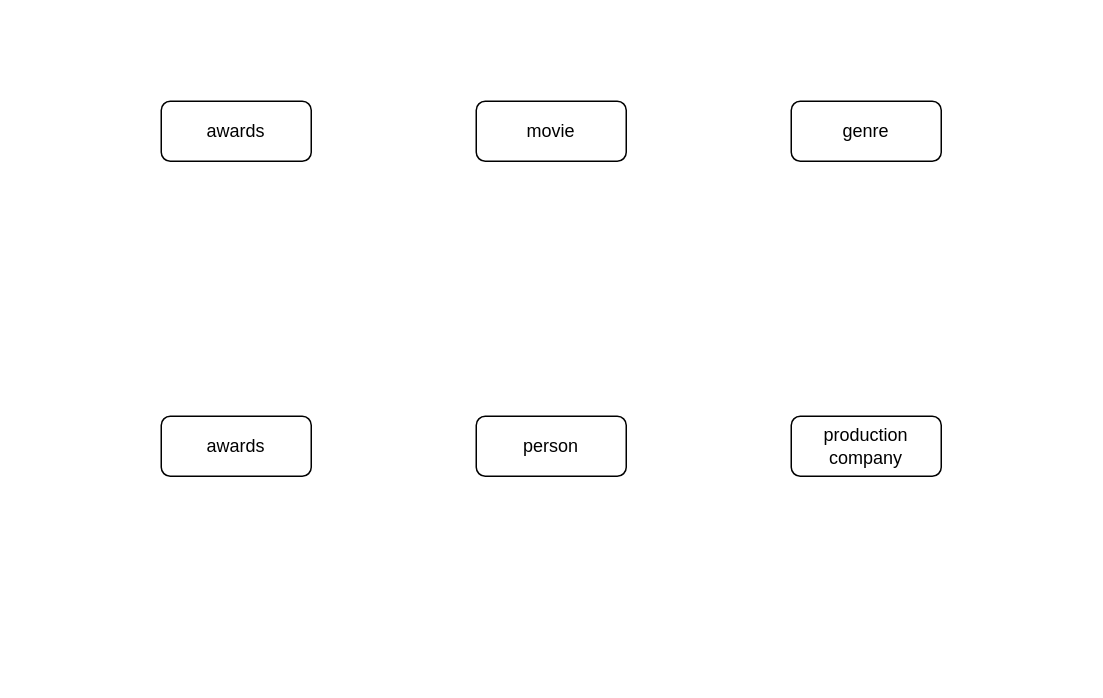
Joebahou/AcademyAwardsDB keeps this draw.io diagram as Untitled Diagram.drawio. Above is the earlier version. Source tidied: cells renumbered, new cells numbered last; positions are measured from the earlier drawing's top-left corner, leaving out a move shared by most shapes. Both pictures are drawn from the tidied source at 150%, with x=0, y=0 at pixel (160, 100).
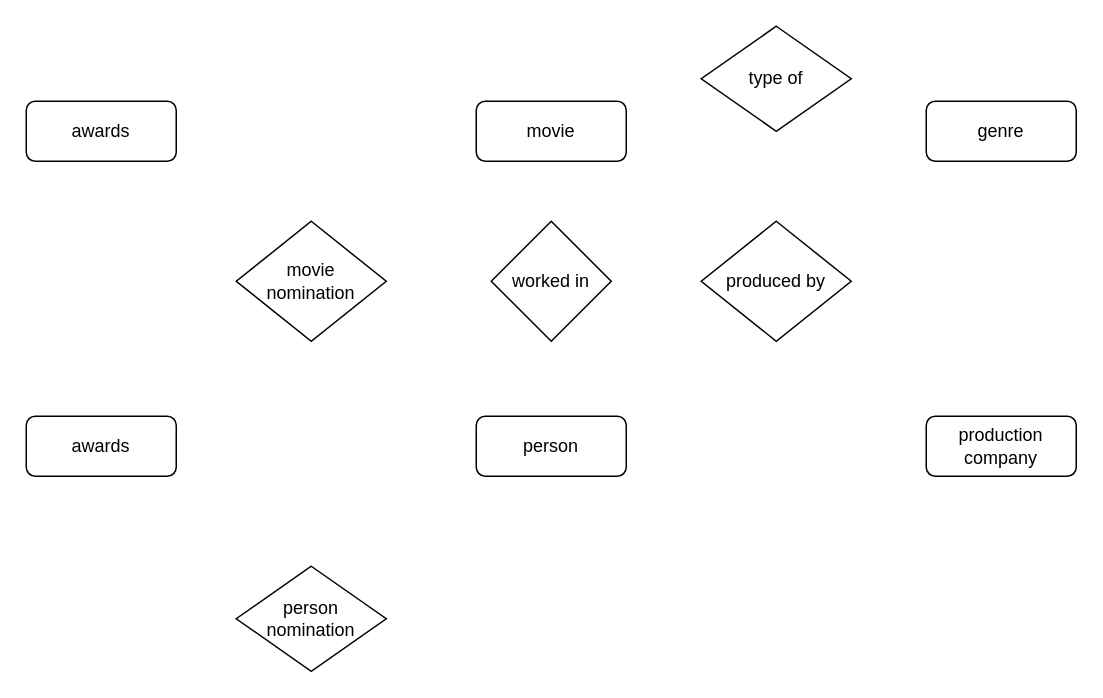
The same page after the edit.

Diff of the diagram source:
```diff
@@
 <mxGraphModel>
   <root>
     <mxCell id="0" />
     <mxCell id="1" parent="0" />
     <mxCell id="2" value="movie" style="rounded=1;whiteSpace=wrap;html=1;" parent="1" vertex="1">
       <mxGeometry x="210" width="100" height="40" as="geometry" />
     </mxCell>
     <mxCell id="3" value="genre" style="rounded=1;whiteSpace=wrap;html=1;" parent="1" vertex="1">
-      <mxGeometry x="420" width="100" height="40" as="geometry" />
+      <mxGeometry x="510" width="100" height="40" as="geometry" />
     </mxCell>
     <mxCell id="4" value="awards" style="rounded=1;whiteSpace=wrap;html=1;" parent="1" vertex="1">
-      <mxGeometry y="210" width="100" height="40" as="geometry" />
+      <mxGeometry x="-90" y="210" width="100" height="40" as="geometry" />
     </mxCell>
     <mxCell id="5" value="production company" style="rounded=1;whiteSpace=wrap;html=1;" parent="1" vertex="1">
-      <mxGeometry x="420" y="210" width="100" height="40" as="geometry" />
+      <mxGeometry x="510" y="210" width="100" height="40" as="geometry" />
     </mxCell>
     <mxCell id="6" value="awards" style="rounded=1;whiteSpace=wrap;html=1;" parent="1" vertex="1">
-      <mxGeometry width="100" height="40" as="geometry" />
+      <mxGeometry x="-90" width="100" height="40" as="geometry" />
     </mxCell>
     <mxCell id="7" value="person" style="rounded=1;whiteSpace=wrap;html=1;" parent="1" vertex="1">
       <mxGeometry x="210" y="210" width="100" height="40" as="geometry" />
     </mxCell>
+    <mxCell id="8" value="person&lt;br&gt;nomination" style="rhombus;whiteSpace=wrap;html=1;" parent="1" vertex="1">
+      <mxGeometry x="50" y="310" width="100" height="70" as="geometry" />
+    </mxCell>
+    <mxCell id="9" value="movie&lt;br&gt;nomination" style="rhombus;whiteSpace=wrap;html=1;" parent="1" vertex="1">
+      <mxGeometry x="50" y="80" width="100" height="80" as="geometry" />
+    </mxCell>
+    <mxCell id="10" value="produced by" style="rhombus;whiteSpace=wrap;html=1;" parent="1" vertex="1">
+      <mxGeometry x="360" y="80" width="100" height="80" as="geometry" />
+    </mxCell>
+    <mxCell id="11" value="type of" style="rhombus;whiteSpace=wrap;html=1;" parent="1" vertex="1">
+      <mxGeometry x="360" y="-50" width="100" height="70" as="geometry" />
+    </mxCell>
+    <mxCell id="12" value="worked in" style="rhombus;whiteSpace=wrap;html=1;" parent="1" vertex="1">
+      <mxGeometry x="220" y="80" width="80" height="80" as="geometry" />
+    </mxCell>
   </root>
 </mxGraphModel>
```
